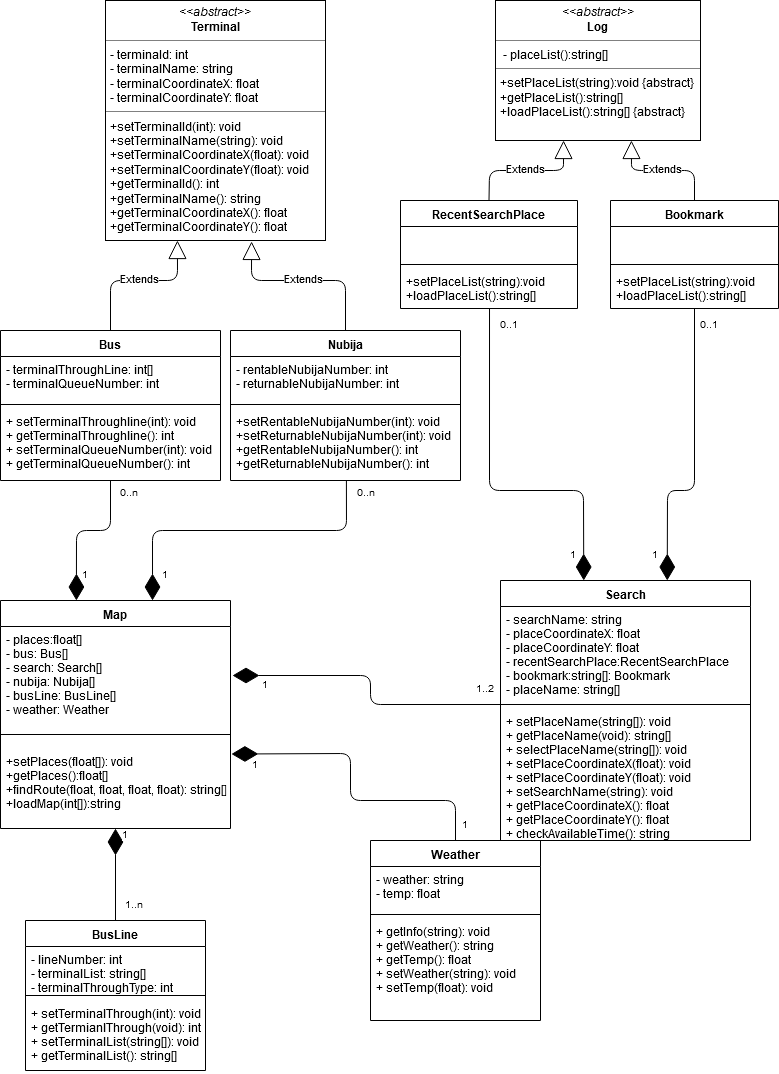
Above: 2nd_homework/class_diagram.png in chisacam/CWNU19SE_2B (draw.io), before the change. Source tidied: cells renumbered, new cells last; positions are measured from the earlier drawing's top-left corner, leaving out a move shared by most shapes.
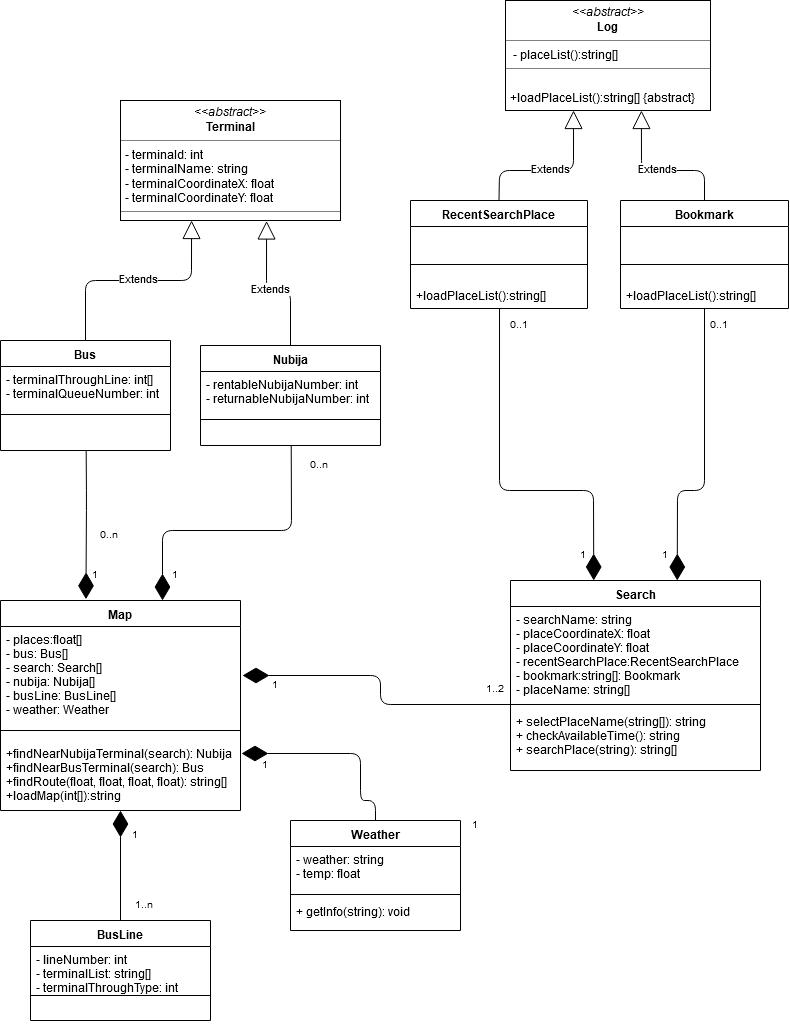
After the commit.

Diff of the diagram source:
```diff
@@ -3,7 +3,7 @@
     <mxCell id="0" />
     <mxCell id="1" parent="0" />
     <mxCell id="2" value="Weather" style="swimlane;fontStyle=1;align=center;verticalAlign=top;horizontal=1;startSize=26;" parent="1" vertex="1">
-      <mxGeometry x="370" y="840" width="170" height="180" as="geometry" />
+      <mxGeometry x="280" y="820" width="170" height="110" as="geometry" />
     </mxCell>
     <mxCell id="3" value="- weather: string&#10;- temp: float&#10;&#10;&#10;" style="text;strokeColor=none;fillColor=none;align=left;verticalAlign=top;spacingLeft=4;spacingRight=4;overflow=hidden;" parent="2" vertex="1">
       <mxGeometry y="26" width="170" height="44" as="geometry" />
@@ -11,23 +11,23 @@
     <mxCell id="4" style="line;strokeWidth=1;fillColor=none;align=left;verticalAlign=middle;spacingTop=-1;spacingLeft=3;spacingRight=3;labelPosition=right;" parent="2" vertex="1">
       <mxGeometry y="70" width="170" height="8" as="geometry" />
     </mxCell>
-    <mxCell id="5" value="+ getInfo(string): void&#10;+ getWeather(): string&#10;+ getTemp(): float&#10;+ setWeather(string): void&#10;+ setTemp(float): void&#10;&#10;" style="text;strokeColor=none;fillColor=none;align=left;verticalAlign=top;spacingLeft=4;spacingRight=4;overflow=hidden;" parent="2" vertex="1">
-      <mxGeometry y="78" width="170" height="102" as="geometry" />
+    <mxCell id="5" value="+ getInfo(string): void&#10;&#10;" style="text;strokeColor=none;fillColor=none;align=left;verticalAlign=top;spacingLeft=4;spacingRight=4;overflow=hidden;" parent="2" vertex="1">
+      <mxGeometry y="78" width="170" height="32" as="geometry" />
     </mxCell>
     <mxCell id="6" value="Nubija" style="swimlane;fontStyle=1;align=center;verticalAlign=top;horizontal=1;startSize=26;" parent="1" vertex="1">
-      <mxGeometry x="230" y="330" width="230" height="150" as="geometry" />
+      <mxGeometry x="190" y="345" width="180" height="100" as="geometry" />
     </mxCell>
     <mxCell id="7" value="- rentableNubijaNumber: int&#10;- returnableNubijaNumber: int" style="text;strokeColor=none;fillColor=none;align=left;verticalAlign=top;spacingLeft=4;spacingRight=4;overflow=hidden;" parent="6" vertex="1">
-      <mxGeometry y="26" width="230" height="44" as="geometry" />
+      <mxGeometry y="26" width="180" height="44" as="geometry" />
     </mxCell>
     <mxCell id="8" style="line;strokeWidth=1;fillColor=none;align=left;verticalAlign=middle;spacingTop=-1;spacingLeft=3;spacingRight=3;labelPosition=right;" parent="6" vertex="1">
-      <mxGeometry y="70" width="230" height="8" as="geometry" />
+      <mxGeometry y="70" width="180" height="8" as="geometry" />
     </mxCell>
-    <mxCell id="9" value="+setRentableNubijaNumber(int): void&#10;+setReturnableNubijaNumber(int): void&#10;+getRentableNubijaNumber(): int&#10;+getReturnableNubijaNumber(): int&#10;" style="text;strokeColor=none;fillColor=none;align=left;verticalAlign=top;spacingLeft=4;spacingRight=4;overflow=hidden;points=[[0,0.5],[1,0.5]];portConstraint=eastwest;" parent="6" vertex="1">
-      <mxGeometry y="78" width="230" height="72" as="geometry" />
+    <mxCell id="9" value="&#10;" style="text;strokeColor=none;fillColor=none;align=left;verticalAlign=top;spacingLeft=4;spacingRight=4;overflow=hidden;points=[[0,0.5],[1,0.5]];portConstraint=eastwest;" parent="6" vertex="1">
+      <mxGeometry y="78" width="180" height="22" as="geometry" />
     </mxCell>
     <mxCell id="10" value="Search" style="swimlane;fontStyle=1;align=center;verticalAlign=top;horizontal=1;startSize=26;" parent="1" vertex="1">
-      <mxGeometry x="500" y="580" width="250" height="260" as="geometry" />
+      <mxGeometry x="500" y="580" width="250" height="190" as="geometry" />
     </mxCell>
     <mxCell id="11" value="- searchName: string&#10;- placeCoordinateX: float&#10;- placeCoordinateY: float&#10;- recentSearchPlace:RecentSearchPlace&#10;- bookmark:string[]: Bookmark&#10;- placeName: string[]" style="text;strokeColor=none;fillColor=none;align=left;verticalAlign=top;spacingLeft=4;spacingRight=4;overflow=hidden;" parent="10" vertex="1">
       <mxGeometry y="26" width="250" height="94" as="geometry" />
@@ -35,8 +35,8 @@
     <mxCell id="12" style="line;strokeWidth=1;fillColor=none;align=left;verticalAlign=middle;spacingTop=-1;spacingLeft=3;spacingRight=3;labelPosition=right;points=[];portConstraint=eastwest;" parent="10" vertex="1">
       <mxGeometry y="120" width="250" height="8" as="geometry" />
     </mxCell>
-    <mxCell id="13" value="+ setPlaceName(string[]): void&#10;+ getPlaceName(void): string[]&#10;+ selectPlaceName(string[]): void&#10;+ setPlaceCoordinateX(float): void&#10;+ setPlaceCoordinateY(float): void&#10;+ setSearchName(string): void&#10;+ getPlaceCoordinateX(): float&#10;+ getPlaceCoordinateY(): float&#10;+ checkAvailableTime(): string&#10;" style="text;strokeColor=none;fillColor=none;align=left;verticalAlign=top;spacingLeft=4;spacingRight=4;overflow=hidden;" parent="10" vertex="1">
-      <mxGeometry y="128" width="250" height="132" as="geometry" />
+    <mxCell id="13" value="+ selectPlaceName(string[]): string&#10;+ checkAvailableTime(): string&#10;+ searchPlace(string): string[]&#10;" style="text;strokeColor=none;fillColor=none;align=left;verticalAlign=top;spacingLeft=4;spacingRight=4;overflow=hidden;" parent="10" vertex="1">
+      <mxGeometry y="128" width="250" height="62" as="geometry" />
     </mxCell>
     <mxCell id="14" value="RecentSearchPlace" style="swimlane;fontStyle=1;align=center;verticalAlign=top;horizontal=1;startSize=26;" parent="1" vertex="1">
       <mxGeometry x="400" y="200" width="177" height="108" as="geometry" />
@@ -47,7 +47,7 @@
     <mxCell id="16" style="line;strokeWidth=1;fillColor=none;align=left;verticalAlign=middle;spacingTop=-1;spacingLeft=3;spacingRight=3;labelPosition=right;" parent="14" vertex="1">
       <mxGeometry y="60" width="177" height="8" as="geometry" />
     </mxCell>
-    <mxCell id="17" value="+setPlaceList(string):void&#10;+loadPlaceList():string[]" style="text;strokeColor=none;fillColor=none;align=left;verticalAlign=top;spacingLeft=4;spacingRight=4;overflow=hidden;points=[[0,0.5],[1,0.5]];portConstraint=eastwest;" parent="14" vertex="1">
+    <mxCell id="17" value="&#10;+loadPlaceList():string[]" style="text;strokeColor=none;fillColor=none;align=left;verticalAlign=top;spacingLeft=4;spacingRight=4;overflow=hidden;points=[[0,0.5],[1,0.5]];portConstraint=eastwest;" parent="14" vertex="1">
       <mxGeometry y="68" width="177" height="40" as="geometry" />
     </mxCell>
     <mxCell id="18" value="Bookmark" style="swimlane;fontStyle=1;align=center;verticalAlign=top;horizontal=1;startSize=26;" parent="1" vertex="1">
@@ -59,45 +59,45 @@
     <mxCell id="20" style="line;strokeWidth=1;fillColor=none;align=left;verticalAlign=middle;spacingTop=-1;spacingLeft=3;spacingRight=3;labelPosition=right;" parent="18" vertex="1">
       <mxGeometry y="60" width="168" height="8" as="geometry" />
     </mxCell>
-    <mxCell id="21" value="+setPlaceList(string):void&#10;+loadPlaceList():string[]" style="text;strokeColor=none;fillColor=none;align=left;verticalAlign=top;spacingLeft=4;spacingRight=4;overflow=hidden;points=[[0,0.5],[1,0.5]];portConstraint=eastwest;" parent="18" vertex="1">
+    <mxCell id="21" value="&#10;+loadPlaceList():string[]" style="text;strokeColor=none;fillColor=none;align=left;verticalAlign=top;spacingLeft=4;spacingRight=4;overflow=hidden;points=[[0,0.5],[1,0.5]];portConstraint=eastwest;" parent="18" vertex="1">
       <mxGeometry y="68" width="168" height="40" as="geometry" />
     </mxCell>
     <mxCell id="22" value="Extends" style="endArrow=block;endSize=16;endFill=0;html=1;entryX=0.664;entryY=1.004;entryDx=0;entryDy=0;entryPerimeter=0;exitX=0.5;exitY=0;exitDx=0;exitDy=0;" parent="1" edge="1" source="6" target="28">
       <mxGeometry relative="1" as="geometry">
         <Array as="points">
-          <mxPoint x="345" y="280" />
-          <mxPoint x="251" y="280" />
+          <mxPoint x="280" y="290" />
+          <mxPoint x="256" y="290" />
         </Array>
       </mxGeometry>
     </mxCell>
-    <mxCell id="23" value="Extends" style="endArrow=block;endSize=16;endFill=0;html=1;entryX=0.327;entryY=1;entryDx=0;entryDy=0;entryPerimeter=0;exitX=0.5;exitY=0;exitDx=0;exitDy=0;" parent="1" edge="1" source="24" target="28">
+    <mxCell id="23" value="Extends" style="endArrow=block;endSize=16;endFill=0;html=1;entryX=0.323;entryY=1;entryDx=0;entryDy=0;entryPerimeter=0;exitX=0.5;exitY=0;exitDx=0;exitDy=0;" parent="1" edge="1" source="24" target="28">
       <mxGeometry relative="1" as="geometry">
         <Array as="points">
-          <mxPoint x="110" y="280" />
-          <mxPoint x="177" y="280" />
+          <mxPoint x="75" y="280" />
+          <mxPoint x="181" y="280" />
         </Array>
       </mxGeometry>
     </mxCell>
     <mxCell id="24" value="Bus" style="swimlane;fontStyle=1;align=center;verticalAlign=top;horizontal=1;startSize=26;" parent="1" vertex="1">
-      <mxGeometry y="330" width="220" height="150" as="geometry" />
+      <mxGeometry x="-10" y="340" width="170" height="110" as="geometry" />
     </mxCell>
     <mxCell id="25" value="- terminalThroughLine: int[]&#10;- terminalQueueNumber: int&#10;&#10;" style="text;strokeColor=none;fillColor=none;align=left;verticalAlign=top;spacingLeft=4;spacingRight=4;overflow=hidden;" parent="24" vertex="1">
-      <mxGeometry y="26" width="220" height="44" as="geometry" />
+      <mxGeometry y="26" width="170" height="44" as="geometry" />
     </mxCell>
     <mxCell id="26" style="line;strokeWidth=1;fillColor=none;align=left;verticalAlign=middle;spacingTop=-1;spacingLeft=3;spacingRight=3;labelPosition=right;" parent="24" vertex="1">
-      <mxGeometry y="70" width="220" height="8" as="geometry" />
+      <mxGeometry y="70" width="170" height="8" as="geometry" />
     </mxCell>
-    <mxCell id="27" value="+ setTerminalThroughline(int): void &#10;+ getTerminalThroughline(): int&#10;+ setTerminalQueueNumber(int): void&#10;+ getTerminalQueueNumber(): int&#10;" style="text;strokeColor=none;fillColor=none;align=left;verticalAlign=top;spacingLeft=4;spacingRight=4;overflow=hidden;points=[[0,0.5],[1,0.5]];portConstraint=eastwest;" parent="24" vertex="1">
-      <mxGeometry y="78" width="220" height="72" as="geometry" />
+    <mxCell id="27" value="&#10;" style="text;strokeColor=none;fillColor=none;align=left;verticalAlign=top;spacingLeft=4;spacingRight=4;overflow=hidden;points=[[0,0.5],[1,0.5]];portConstraint=eastwest;" parent="24" vertex="1">
+      <mxGeometry y="78" width="170" height="32" as="geometry" />
     </mxCell>
-    <mxCell id="28" value="&lt;p style=&quot;margin: 0px ; margin-top: 4px ; text-align: center&quot;&gt;&lt;i&gt;&amp;lt;&amp;lt;abstract&amp;gt;&amp;gt;&lt;/i&gt;&lt;br&gt;&lt;b&gt;Terminal&lt;/b&gt;&lt;/p&gt;&lt;hr size=&quot;1&quot;&gt;&lt;p style=&quot;margin: 0px ; margin-left: 4px&quot;&gt;- terminaId: int&lt;br&gt;- terminalName: string&lt;br&gt;- terminalCoordinateX: float&lt;br&gt;- terminalCoordinateY: float&lt;/p&gt;&lt;hr size=&quot;1&quot;&gt;&lt;p style=&quot;margin: 0px ; margin-left: 4px&quot;&gt;+setTerminalId(int): void&lt;br&gt;+setTerminalName(string): void&lt;br&gt;+setTerminalCoordinateX(float): void&lt;br&gt;+setTerminalCoordinateY(float): void&lt;br&gt;+getTerminalId(): int&lt;br&gt;+getTerminalName(): string&lt;br&gt;+getTerminalCoordinateX(): float&lt;br&gt;+getTerminalCoordinateY(): float&lt;/p&gt;" style="verticalAlign=top;align=left;overflow=fill;fontSize=12;fontFamily=Helvetica;html=1;" parent="1" vertex="1">
-      <mxGeometry x="105" width="220" height="240" as="geometry" />
+    <mxCell id="28" value="&lt;p style=&quot;margin: 0px ; margin-top: 4px ; text-align: center&quot;&gt;&lt;i&gt;&amp;lt;&amp;lt;abstract&amp;gt;&amp;gt;&lt;/i&gt;&lt;br&gt;&lt;b&gt;Terminal&lt;/b&gt;&lt;/p&gt;&lt;hr size=&quot;1&quot;&gt;&lt;p style=&quot;margin: 0px ; margin-left: 4px&quot;&gt;- terminaId: int&lt;br&gt;- terminalName: string&lt;br&gt;- terminalCoordinateX: float&lt;br&gt;- terminalCoordinateY: float&lt;/p&gt;&lt;hr size=&quot;1&quot;&gt;&lt;p style=&quot;margin: 0px ; margin-left: 4px&quot;&gt;&lt;br&gt;&lt;/p&gt;" style="verticalAlign=top;align=left;overflow=fill;fontSize=12;fontFamily=Helvetica;html=1;" parent="1" vertex="1">
+      <mxGeometry x="110" y="100" width="220" height="120" as="geometry" />
     </mxCell>
-    <mxCell id="29" value="&lt;p style=&quot;margin: 0px ; margin-top: 4px ; text-align: center&quot;&gt;&lt;i&gt;&amp;lt;&amp;lt;abstract&amp;gt;&amp;gt;&lt;/i&gt;&lt;br&gt;&lt;b&gt;Log&lt;/b&gt;&lt;br&gt;&lt;/p&gt;&lt;hr size=&quot;1&quot;&gt;&lt;p style=&quot;margin: 0px ; margin-left: 4px&quot;&gt;&amp;nbsp;- placeList():string[]&lt;/p&gt;&lt;hr size=&quot;1&quot;&gt;&lt;p style=&quot;margin: 0px ; margin-left: 4px&quot;&gt;+setPlaceList(string):void {abstract}&lt;br&gt;+getPlaceList():string[]&lt;br&gt;+loadPlaceList():string[] {abstract}&lt;/p&gt;&lt;div&gt;&lt;br&gt;&lt;/div&gt;" style="verticalAlign=top;align=left;overflow=fill;fontSize=12;fontFamily=Helvetica;html=1;" parent="1" vertex="1">
-      <mxGeometry x="495" width="205" height="140" as="geometry" />
+    <mxCell id="29" value="&lt;p style=&quot;margin: 0px ; margin-top: 4px ; text-align: center&quot;&gt;&lt;i&gt;&amp;lt;&amp;lt;abstract&amp;gt;&amp;gt;&lt;/i&gt;&lt;br&gt;&lt;b&gt;Log&lt;/b&gt;&lt;br&gt;&lt;/p&gt;&lt;hr size=&quot;1&quot;&gt;&lt;p style=&quot;margin: 0px ; margin-left: 4px&quot;&gt;&amp;nbsp;- placeList():string[]&lt;/p&gt;&lt;hr size=&quot;1&quot;&gt;&lt;p style=&quot;margin: 0px ; margin-left: 4px&quot;&gt;&lt;br&gt;+loadPlaceList():string[] {abstract}&lt;/p&gt;&lt;div&gt;&lt;br&gt;&lt;/div&gt;" style="verticalAlign=top;align=left;overflow=fill;fontSize=12;fontFamily=Helvetica;html=1;" parent="1" vertex="1">
+      <mxGeometry x="495" width="205" height="110" as="geometry" />
     </mxCell>
     <mxCell id="30" value="BusLine" style="swimlane;fontStyle=1;align=center;verticalAlign=top;horizontal=1;startSize=26;" parent="1" vertex="1">
-      <mxGeometry x="25" y="920" width="180" height="150" as="geometry" />
+      <mxGeometry x="20" y="920" width="180" height="100" as="geometry" />
     </mxCell>
     <mxCell id="31" value="- lineNumber: int&#10;- terminalList: string[]&#10;- terminalThroughType: int" style="text;strokeColor=none;fillColor=none;align=left;verticalAlign=top;spacingLeft=4;spacingRight=4;overflow=hidden;" parent="30" vertex="1">
       <mxGeometry y="26" width="180" height="44" as="geometry" />
@@ -105,25 +105,26 @@
     <mxCell id="32" style="line;strokeWidth=1;fillColor=none;align=left;verticalAlign=middle;spacingTop=-1;spacingLeft=3;spacingRight=3;labelPosition=right;" parent="30" vertex="1">
       <mxGeometry y="70" width="180" height="10" as="geometry" />
     </mxCell>
-    <mxCell id="33" value="+ setTerminalThrough(int): void&#10;+ getTermianlThrough(void): int&#10;+ setTerminalList(string[]): void&#10;+ getTerminalList(): string[]&#10;" style="text;strokeColor=none;fillColor=none;align=left;verticalAlign=top;spacingLeft=4;spacingRight=4;overflow=hidden;" parent="30" vertex="1">
-      <mxGeometry y="80" width="180" height="70" as="geometry" />
+    <mxCell id="33" value="&#10;" style="text;strokeColor=none;fillColor=none;align=left;verticalAlign=top;spacingLeft=4;spacingRight=4;overflow=hidden;" parent="30" vertex="1">
+      <mxGeometry y="80" width="180" height="20" as="geometry" />
     </mxCell>
     <mxCell id="34" value="Map" style="swimlane;fontStyle=1;align=center;verticalAlign=top;horizontal=1;startSize=26;" parent="1" vertex="1">
-      <mxGeometry y="600" width="230" height="228" as="geometry" />
+      <mxGeometry x="-10" y="600" width="240" height="210" as="geometry" />
     </mxCell>
     <mxCell id="35" value="- places:float[]&#10;- bus: Bus[]&#10;- search: Search[]&#10;- nubija: Nubija[]&#10;- busLine: BusLine[]&#10;- weather: Weather" style="text;strokeColor=none;fillColor=none;align=left;verticalAlign=top;spacingLeft=4;spacingRight=4;overflow=hidden;" parent="34" vertex="1">
-      <mxGeometry y="26" width="230" height="94" as="geometry" />
+      <mxGeometry y="26" width="240" height="94" as="geometry" />
     </mxCell>
     <mxCell id="36" style="line;strokeWidth=1;fillColor=none;align=left;verticalAlign=middle;spacingTop=-1;spacingLeft=3;spacingRight=3;labelPosition=right;" parent="34" vertex="1">
-      <mxGeometry y="120" width="230" height="28" as="geometry" />
+      <mxGeometry y="120" width="240" height="20" as="geometry" />
     </mxCell>
-    <mxCell id="37" value="+setPlaces(float[]): void&#10;+getPlaces():float[]&#10;+findRoute(float, float, float, float): string[]&#10;+loadMap(int[]):string&#10;" style="text;strokeColor=none;fillColor=none;align=left;verticalAlign=top;spacingLeft=4;spacingRight=4;overflow=hidden;points=[[0,0.5],[1,0.5]];portConstraint=eastwest;" parent="34" vertex="1">
-      <mxGeometry y="148" width="230" height="80" as="geometry" />
+    <mxCell id="37" value="+findNearNubijaTerminal(search): Nubija&#10;+findNearBusTerminal(search): Bus&#10;+findRoute(float, float, float, float): string[]&#10;+loadMap(int[]):string" style="text;strokeColor=none;fillColor=none;align=left;verticalAlign=top;spacingLeft=4;spacingRight=4;overflow=hidden;points=[[0,0.5],[1,0.5]];portConstraint=eastwest;" parent="34" vertex="1">
+      <mxGeometry y="140" width="240" height="70" as="geometry" />
     </mxCell>
-    <mxCell id="38" style="endArrow=diamondThin;endFill=1;endSize=24;html=1;exitX=0.5;exitY=0;exitDx=0;exitDy=0;entryX=1.004;entryY=0.069;entryDx=0;entryDy=0;entryPerimeter=0;" parent="1" edge="1" source="2" target="37">
+    <mxCell id="38" style="endArrow=diamondThin;endFill=1;endSize=24;html=1;exitX=0.5;exitY=0;exitDx=0;exitDy=0;" parent="1" edge="1" source="2">
       <mxGeometry relative="1" as="geometry">
+        <mxPoint x="231" y="753" as="targetPoint" />
         <Array as="points">
-          <mxPoint x="455" y="800" />
+          <mxPoint x="365" y="800" />
           <mxPoint x="350" y="800" />
           <mxPoint x="350" y="753" />
         </Array>
@@ -132,18 +133,17 @@
     <mxCell id="39" style="endArrow=diamondThin;endFill=1;endSize=24;html=1;exitX=0.5;exitY=0;exitDx=0;exitDy=0;entryX=0.5;entryY=1;entryDx=0;entryDy=0;" parent="1" edge="1" source="30" target="34">
       <mxGeometry relative="1" as="geometry" />
     </mxCell>
-    <mxCell id="40" style="endArrow=diamondThin;endFill=1;endSize=24;html=1;exitX=0.5;exitY=1;exitDx=0;exitDy=0;exitPerimeter=0;entryX=0.33;entryY=0;entryDx=0;entryDy=0;entryPerimeter=0;" parent="1" edge="1" source="27" target="34">
+    <mxCell id="40" style="endArrow=diamondThin;endFill=1;endSize=24;html=1;exitX=0.504;exitY=1.001;exitDx=0;exitDy=0;exitPerimeter=0;entryX=0.356;entryY=-0.006;entryDx=0;entryDy=0;entryPerimeter=0;" parent="1" edge="1" source="27" target="34">
       <mxGeometry relative="1" as="geometry">
         <Array as="points">
-          <mxPoint x="110" y="530" />
-          <mxPoint x="76" y="530" />
+          <mxPoint x="76" y="500" />
         </Array>
       </mxGeometry>
     </mxCell>
-    <mxCell id="41" style="endArrow=diamondThin;endFill=1;endSize=24;html=1;exitX=0.504;exitY=1;exitDx=0;exitDy=0;exitPerimeter=0;entryX=0.661;entryY=0;entryDx=0;entryDy=0;entryPerimeter=0;" parent="1" edge="1" source="9" target="34">
+    <mxCell id="41" style="endArrow=diamondThin;endFill=1;endSize=24;html=1;exitX=0.504;exitY=1;exitDx=0;exitDy=0;exitPerimeter=0;entryX=0.675;entryY=0;entryDx=0;entryDy=0;entryPerimeter=0;" parent="1" edge="1" source="9" target="34">
       <mxGeometry relative="1" as="geometry">
         <Array as="points">
-          <mxPoint x="346" y="530" />
+          <mxPoint x="281" y="530" />
           <mxPoint x="152" y="530" />
         </Array>
       </mxGeometry>
@@ -240,12 +240,12 @@
       </mxGeometry>
     </mxCell>
     <mxCell id="57" value="0..n" style="html=1;align=right;verticalAlign=bottom;labelBackgroundColor=#ffffff;fontSize=10;" parent="1" vertex="1">
-      <mxGeometry x="340" y="1118.5" as="geometry">
+      <mxGeometry x="310" y="1160" as="geometry">
         <mxPoint x="-200" y="-616.5" as="offset" />
       </mxGeometry>
     </mxCell>
     <mxCell id="58" value="0..n" style="html=1;align=right;verticalAlign=bottom;labelBackgroundColor=#ffffff;fontSize=10;" parent="1" vertex="1">
-      <mxGeometry x="577" y="1118.5" as="geometry">
+      <mxGeometry x="520" y="1090" as="geometry">
         <mxPoint x="-200" y="-616.5" as="offset" />
       </mxGeometry>
     </mxCell>
```
